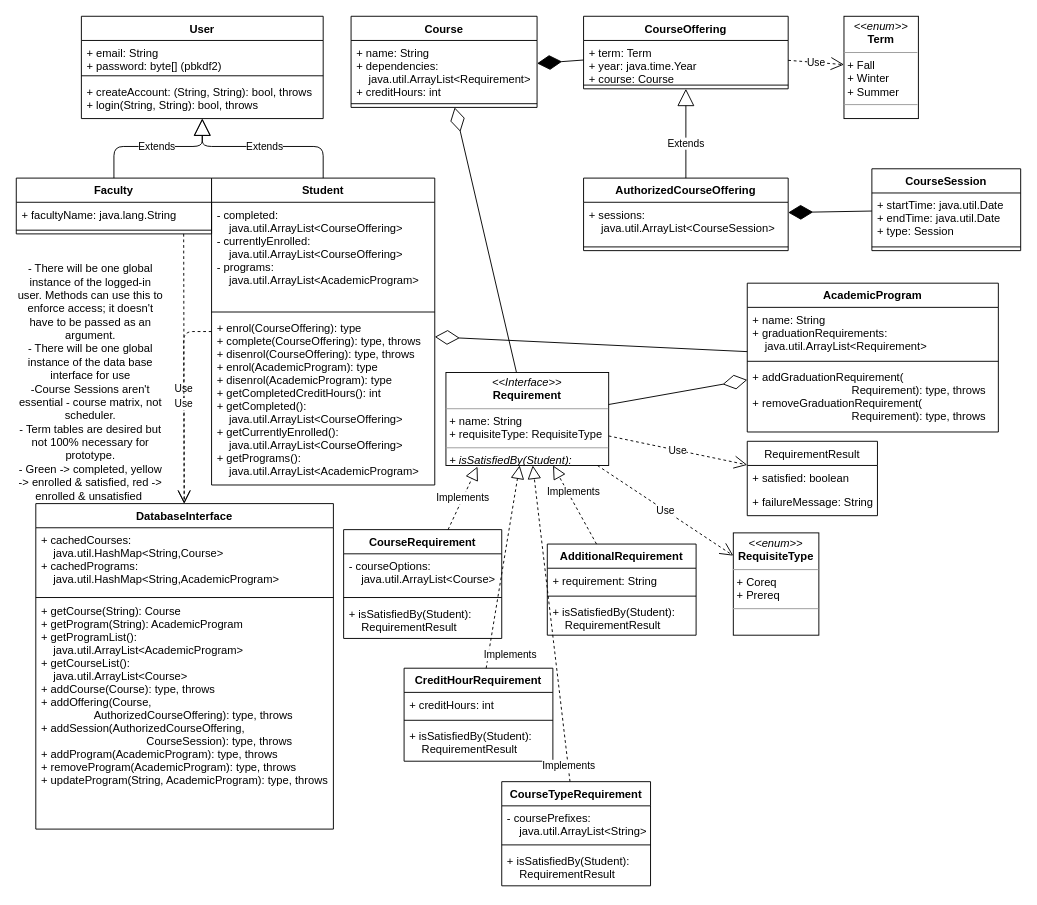
Before: data/data_model.drawio in justend29/UNBuddy, a draw.io diagram. Source tidied: cells renumbered, new cells numbered last; positions are measured from the earlier drawing's top-left corner, leaving out a move shared by most shapes. Both pictures are drawn from the tidied source at 93%, with x=0, y=0 at pixel (16, 16).
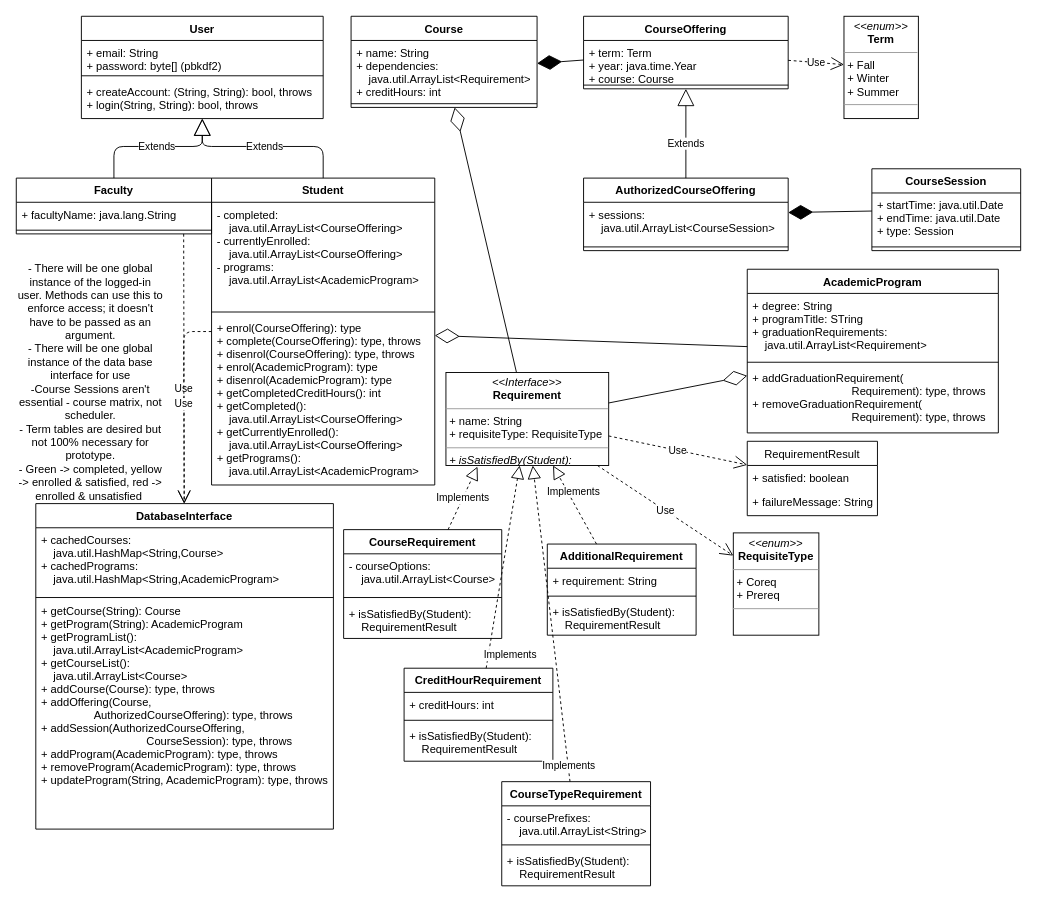
Above is the later version.

Commit message (it also covers changes not shown here):
add AWS dep. and update data model

The edit, as a diff of the source:
```diff
@@
     <mxCell id="5" value="AcademicProgram" style="swimlane;fontStyle=1;align=center;verticalAlign=top;horizontal=1;startSize=26;" parent="1" vertex="1">
-      <mxGeometry x="786" y="287" width="270" height="160" as="geometry" />
+      <mxGeometry x="786" y="272" width="270" height="176" as="geometry" />
     </mxCell>
-    <mxCell id="6" value="+ name: String&#10;+ graduationRequirements:&#10;    java.util.ArrayList&lt;Requirement&gt;" style="text;strokeColor=none;fillColor=none;align=left;verticalAlign=top;spacingLeft=4;spacingRight=4;overflow=hidden;" parent="5" vertex="1">
-      <mxGeometry y="26" width="270" height="54" as="geometry" />
+    <mxCell id="6" value="+ degree: String&#10;+ programTitle: STring&#10;+ graduationRequirements:&#10;    java.util.ArrayList&lt;Requirement&gt;" style="text;strokeColor=none;fillColor=none;align=left;verticalAlign=top;spacingLeft=4;spacingRight=4;overflow=hidden;" parent="5" vertex="1">
+      <mxGeometry y="26" width="270" height="70" as="geometry" />
     </mxCell>
     <mxCell id="7" style="line;strokeWidth=1;fillColor=none;align=left;verticalAlign=middle;spacingTop=-1;spacingLeft=3;spacingRight=3;labelPosition=right;" parent="5" vertex="1">
-      <mxGeometry y="80" width="270" height="8" as="geometry" />
+      <mxGeometry y="96" width="270" height="8" as="geometry" />
     </mxCell>
     <mxCell id="8" value="+ addGraduationRequirement(&#10;                                Requirement): type, throws&#10;+ removeGraduationRequirement(&#10;                                Requirement): type, throws" style="text;strokeColor=none;fillColor=none;align=left;verticalAlign=top;spacingLeft=4;spacingRight=4;overflow=hidden;" parent="5" vertex="1">
-      <mxGeometry y="88" width="270" height="72" as="geometry" />
+      <mxGeometry y="104" width="270" height="72" as="geometry" />
     </mxCell>
```
